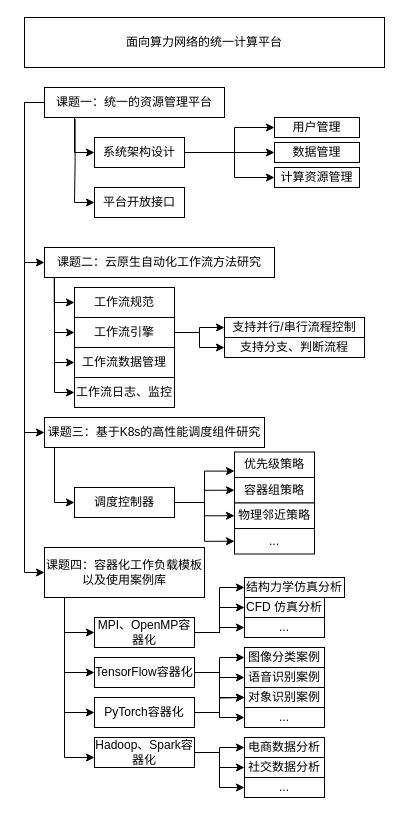
This is page "第 2 页" (2 of 2) of suanflow.drawio from Fruneng/drawio-storage, a draw.io file, before an edit. Source tidied: cells renumbered, new cells numbered last; positions are measured from the earlier drawing's top-left corner, leaving out a move shared by most shapes. Both pictures are drawn from the tidied source at 100%, with x=0, y=0 at pixel (24, 17).
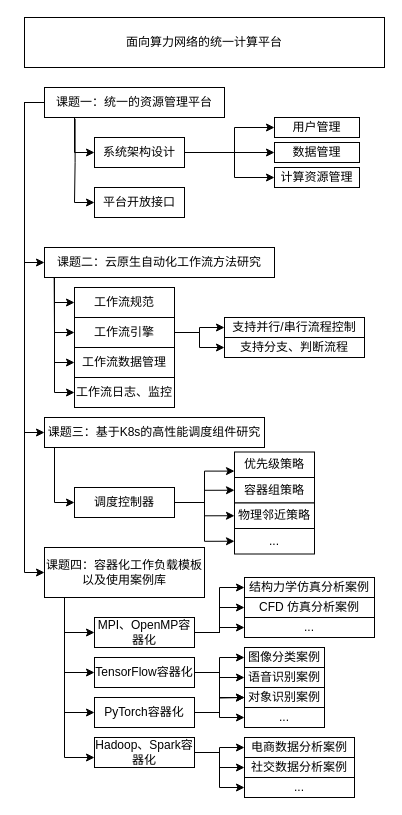
The same diagram, later.

Diff of the diagram source:
```diff
@@
-    <mxCell id="31" value="结构力学仿真分析" style="rounded=0;whiteSpace=wrap;html=1;" parent="1" vertex="1">
-      <mxGeometry x="220" y="560" width="100" height="20" as="geometry" />
+    <mxCell id="31" value="结构力学仿真分析案例" style="rounded=0;whiteSpace=wrap;html=1;" parent="1" vertex="1">
+      <mxGeometry x="220" y="560" width="130" height="20" as="geometry" />
     </mxCell>
-    <mxCell id="32" value="CFD 仿真分析" style="rounded=0;whiteSpace=wrap;html=1;" parent="1" vertex="1">
-      <mxGeometry x="220" y="580" width="80" height="20" as="geometry" />
+    <mxCell id="32" value="CFD 仿真分析案例" style="rounded=0;whiteSpace=wrap;html=1;" parent="1" vertex="1">
+      <mxGeometry x="220" y="580" width="130" height="20" as="geometry" />
     </mxCell>
     <mxCell id="33" value="..." style="rounded=0;whiteSpace=wrap;html=1;" parent="1" vertex="1">
-      <mxGeometry x="220" y="600" width="80" height="20" as="geometry" />
+      <mxGeometry x="220" y="600" width="130" height="20" as="geometry" />
     </mxCell>
@@
-    <mxCell id="37" value="电商数据分析" style="rounded=0;whiteSpace=wrap;html=1;" parent="1" vertex="1">
-      <mxGeometry x="220" y="720" width="80" height="20" as="geometry" />
+    <mxCell id="37" value="电商数据分析案例" style="rounded=0;whiteSpace=wrap;html=1;" parent="1" vertex="1">
+      <mxGeometry x="220" y="720" width="110" height="20" as="geometry" />
     </mxCell>
-    <mxCell id="38" value="社交数据分析" style="rounded=0;whiteSpace=wrap;html=1;" parent="1" vertex="1">
-      <mxGeometry x="220" y="740" width="80" height="20" as="geometry" />
+    <mxCell id="38" value="社交数据分析案例" style="rounded=0;whiteSpace=wrap;html=1;" parent="1" vertex="1">
+      <mxGeometry x="220" y="740" width="110" height="20" as="geometry" />
     </mxCell>
@@
     <mxCell id="70" value="..." style="rounded=0;whiteSpace=wrap;html=1;" parent="1" vertex="1">
-      <mxGeometry x="220" y="760" width="80" height="20" as="geometry" />
+      <mxGeometry x="220" y="760" width="110" height="20" as="geometry" />
     </mxCell>
```
